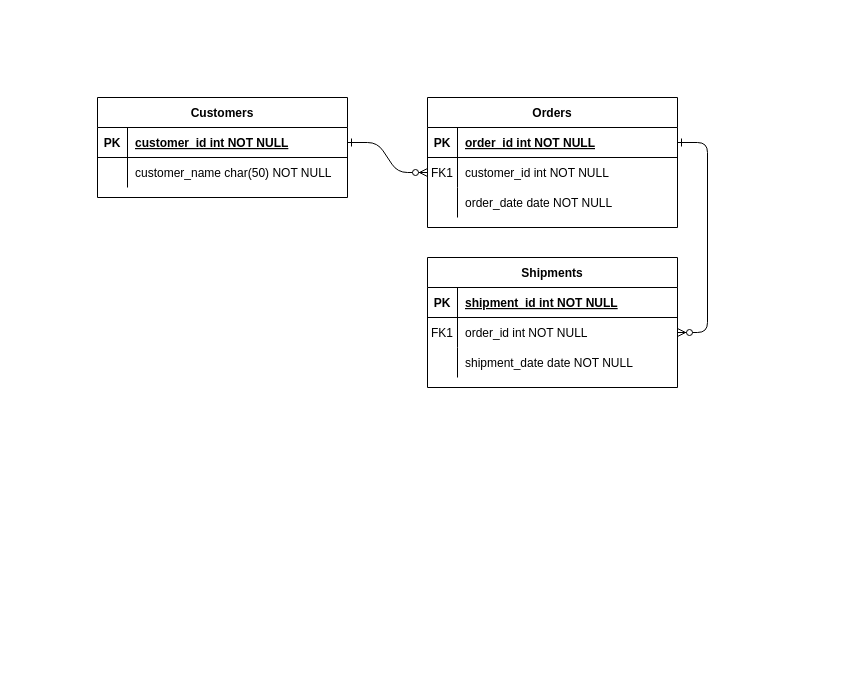
SharedAPI/SharedBackend keeps this draw.io diagram as MCD_Backend.drawio. Above is the earlier version. Source tidied: cells renumbered, new cells numbered last; positions are measured from the earlier drawing's top-left corner, leaving out a move shared by most shapes. Both pictures are drawn from the tidied source at 100%, with x=0, y=0 at pixel (97, 97).
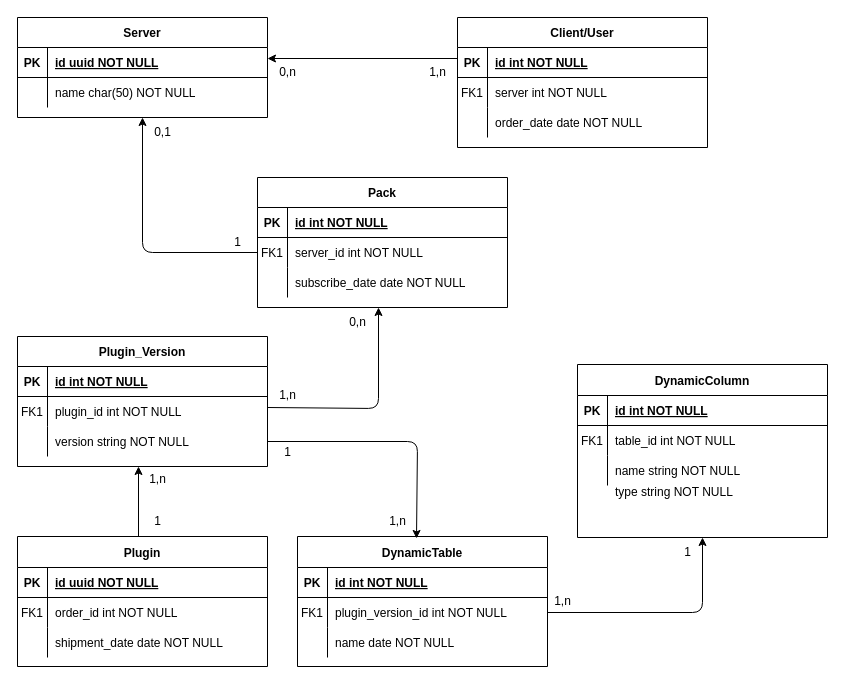
After the change.

The change refers to these unchanged cells:
```xml
<mxCell id="5" style="shape=partialRectangle;fillColor=none;points=[[0,0.5],[1,0.5]];portConstraint=eastwest;top=0;left=0;right=0;bottom=1;" parent="4" vertex="1">
  <mxGeometry y="30" width="250" height="30" as="geometry" />
</mxCell>
<mxCell id="8" style="shape=partialRectangle;fillColor=none;points=[[0,0.5],[1,0.5]];portConstraint=eastwest;top=0;left=0;right=0;bottom=0;" parent="4" vertex="1">
  <mxGeometry y="60" width="250" height="30" as="geometry" />
</mxCell>
<mxCell id="25" style="shape=partialRectangle;fillColor=none;points=[[0,0.5],[1,0.5]];portConstraint=eastwest;top=0;left=0;right=0;bottom=1;" parent="24" vertex="1">
  <mxGeometry y="30" width="250" height="30" as="geometry" />
</mxCell>
<mxCell id="28" style="shape=partialRectangle;fillColor=none;top=0;left=0;right=0;bottom=0;" parent="24" vertex="1">
  <mxGeometry y="60" width="250" height="30" as="geometry" />
</mxCell>
```

The edit, as a diff of the source:
```diff
@@
-    <mxCell id="2" style="edgeStyle=entityRelationEdgeStyle;endArrow=ERzeroToMany;startArrow=ERone;endFill=1;startFill=0;" parent="1" edge="1" source="25" target="8">
-      <mxGeometry relative="1" as="geometry" />
-    </mxCell>
-    <mxCell id="3" style="edgeStyle=entityRelationEdgeStyle;endArrow=ERzeroToMany;startArrow=ERone;endFill=1;startFill=0;" parent="1" edge="1" source="5" target="18">
-      <mxGeometry relative="1" as="geometry" />
-    </mxCell>
-    <mxCell id="4" value="Orders" style="shape=table;startSize=30;childLayout=tableLayout;rowLines=0;fontStyle=1;align=center;" parent="1" vertex="1">
-      <mxGeometry x="330" width="250" height="130" as="geometry" />
+    <mxCell id="4" value="Client/User" style="shape=table;startSize=30;childLayout=tableLayout;rowLines=0;fontStyle=1;align=center;" parent="1" vertex="1">
+      <mxGeometry x="360" y="-80" width="250" height="130" as="geometry" />
     </mxCell>
@@
-    <mxCell id="7" value="order_id int NOT NULL " style="shape=partialRectangle;overflow=hidden;fillColor=none;top=0;left=0;bottom=0;right=0;align=left;spacingLeft=6;fontStyle=5;" parent="5" vertex="1">
+    <mxCell id="7" value="id int NOT NULL " style="shape=partialRectangle;overflow=hidden;fillColor=none;top=0;left=0;bottom=0;right=0;align=left;spacingLeft=6;fontStyle=5;" parent="5" vertex="1">
       <mxGeometry x="30" width="220" height="30" as="geometry" />
     </mxCell>
@@
-    <mxCell id="10" value="customer_id int NOT NULL" style="shape=partialRectangle;overflow=hidden;fillColor=none;top=0;left=0;bottom=0;right=0;align=left;spacingLeft=6;" parent="8" vertex="1">
+    <mxCell id="10" value="server int NOT NULL" style="shape=partialRectangle;overflow=hidden;fillColor=none;top=0;left=0;bottom=0;right=0;align=left;spacingLeft=6;" parent="8" vertex="1">
       <mxGeometry x="30" width="220" height="30" as="geometry" />
     </mxCell>
@@
-    <mxCell id="14" value="Shipments" style="shape=table;startSize=30;childLayout=tableLayout;rowLines=0;fontStyle=1;align=center;" parent="1" vertex="1">
-      <mxGeometry x="330" y="160" width="250" height="130" as="geometry" />
+    <mxCell id="14" value="Plugin" style="shape=table;startSize=31;childLayout=tableLayout;rowLines=0;fontStyle=1;align=center;" parent="1" vertex="1">
+      <mxGeometry x="-80" y="439" width="250" height="130" as="geometry" />
     </mxCell>
     <mxCell id="15" style="shape=partialRectangle;fillColor=none;top=0;left=0;right=0;bottom=1;" parent="14" vertex="1">
-      <mxGeometry y="30" width="250" height="30" as="geometry" />
+      <mxGeometry y="31" width="250" height="30" as="geometry" />
     </mxCell>
@@
-    <mxCell id="17" value="shipment_id int NOT NULL " style="shape=partialRectangle;overflow=hidden;fillColor=none;top=0;left=0;bottom=0;right=0;align=left;spacingLeft=6;fontStyle=5;" parent="15" vertex="1">
+    <mxCell id="17" value="id uuid NOT NULL " style="shape=partialRectangle;overflow=hidden;fillColor=none;top=0;left=0;bottom=0;right=0;align=left;spacingLeft=6;fontStyle=5;" parent="15" vertex="1">
       <mxGeometry x="30" width="220" height="30" as="geometry" />
     </mxCell>
     <mxCell id="18" style="shape=partialRectangle;fillColor=none;points=[[0,0.5],[1,0.5]];portConstraint=eastwest;top=0;left=0;right=0;bottom=0;" parent="14" vertex="1">
-      <mxGeometry y="60" width="250" height="30" as="geometry" />
+      <mxGeometry y="61" width="250" height="30" as="geometry" />
     </mxCell>
@@
     <mxCell id="21" style="shape=partialRectangle;fillColor=none;top=0;left=0;right=0;bottom=0;" parent="14" vertex="1">
-      <mxGeometry y="90" width="250" height="30" as="geometry" />
+      <mxGeometry y="91" width="250" height="30" as="geometry" />
     </mxCell>
@@
-    <mxCell id="24" value="Customers" style="shape=table;startSize=30;childLayout=tableLayout;rowLines=0;fontStyle=1;align=center;" parent="1" vertex="1">
-      <mxGeometry width="250" height="100" as="geometry" />
+    <mxCell id="24" value="Server" style="shape=table;startSize=30;childLayout=tableLayout;rowLines=0;fontStyle=1;align=center;" parent="1" vertex="1">
+      <mxGeometry x="-80" y="-80" width="250" height="100" as="geometry" />
     </mxCell>
@@
-    <mxCell id="27" value="customer_id int NOT NULL " style="shape=partialRectangle;overflow=hidden;fillColor=none;top=0;left=0;bottom=0;right=0;align=left;spacingLeft=6;fontStyle=5;" parent="25" vertex="1">
+    <mxCell id="27" value="id uuid NOT NULL " style="shape=partialRectangle;overflow=hidden;fillColor=none;top=0;left=0;bottom=0;right=0;align=left;spacingLeft=6;fontStyle=5;" parent="25" vertex="1">
       <mxGeometry x="30" width="220" height="30" as="geometry" />
     </mxCell>
@@
-    <mxCell id="30" value="customer_name char(50) NOT NULL" style="shape=partialRectangle;overflow=hidden;fillColor=none;top=0;left=0;bottom=0;right=0;align=left;spacingLeft=6;" parent="28" vertex="1">
+    <mxCell id="30" value="name char(50) NOT NULL" style="shape=partialRectangle;overflow=hidden;fillColor=none;top=0;left=0;bottom=0;right=0;align=left;spacingLeft=6;" parent="28" vertex="1">
       <mxGeometry x="30" width="220" height="30" as="geometry" />
     </mxCell>
+    <mxCell id="31" style="edgeStyle=none;html=1;exitX=0;exitY=0.5;exitDx=0;exitDy=0;entryX=1;entryY=0.5;entryDx=0;entryDy=0;" parent="1" edge="1">
+      <mxGeometry relative="1" as="geometry">
+        <mxPoint x="360" y="-39" as="sourcePoint" />
+        <mxPoint x="170" y="-39" as="targetPoint" />
+      </mxGeometry>
+    </mxCell>
+    <mxCell id="32" style="edgeStyle=none;html=1;exitX=0.5;exitY=1;exitDx=0;exitDy=0;entryX=0.5;entryY=0;entryDx=0;entryDy=0;" parent="1" edge="1">
+      <mxGeometry relative="1" as="geometry">
+        <mxPoint x="41" y="439" as="sourcePoint" />
+        <mxPoint x="41" y="369" as="targetPoint" />
+      </mxGeometry>
+    </mxCell>
+    <mxCell id="33" value="Plugin_Version" style="shape=table;startSize=30;childLayout=tableLayout;rowLines=0;fontStyle=1;align=center;" parent="1" vertex="1">
+      <mxGeometry x="-80" y="239" width="250" height="130" as="geometry" />
+    </mxCell>
+    <mxCell id="34" style="shape=partialRectangle;fillColor=none;top=0;left=0;right=0;bottom=1;" parent="33" vertex="1">
+      <mxGeometry y="30" width="250" height="30" as="geometry" />
+    </mxCell>
+    <mxCell id="35" value="PK" style="shape=partialRectangle;overflow=hidden;fillColor=none;top=0;left=0;bottom=0;right=0;fontStyle=1;" parent="34" vertex="1">
+      <mxGeometry width="30" height="30" as="geometry" />
+    </mxCell>
+    <mxCell id="36" value="id int NOT NULL " style="shape=partialRectangle;overflow=hidden;fillColor=none;top=0;left=0;bottom=0;right=0;align=left;spacingLeft=6;fontStyle=5;" parent="34" vertex="1">
+      <mxGeometry x="30" width="220" height="30" as="geometry" />
+    </mxCell>
+    <mxCell id="37" style="shape=partialRectangle;fillColor=none;top=0;left=0;right=0;bottom=0;" parent="33" vertex="1">
+      <mxGeometry y="60" width="250" height="30" as="geometry" />
+    </mxCell>
+    <mxCell id="38" value="FK1" style="shape=partialRectangle;overflow=hidden;fillColor=none;top=0;left=0;bottom=0;right=0;" parent="37" vertex="1">
+      <mxGeometry width="30" height="30" as="geometry" />
+    </mxCell>
+    <mxCell id="39" value="plugin_id int NOT NULL" style="shape=partialRectangle;overflow=hidden;fillColor=none;top=0;left=0;bottom=0;right=0;align=left;spacingLeft=6;" parent="37" vertex="1">
+      <mxGeometry x="30" width="220" height="30" as="geometry" />
+    </mxCell>
+    <mxCell id="40" style="shape=partialRectangle;fillColor=none;points=[[0,0.5],[1,0.5]];portConstraint=eastwest;top=0;left=0;right=0;bottom=0;" parent="33" vertex="1">
+      <mxGeometry y="90" width="250" height="30" as="geometry" />
+    </mxCell>
+    <mxCell id="41" style="shape=partialRectangle;overflow=hidden;fillColor=none;top=0;left=0;bottom=0;right=0;" parent="40" vertex="1">
+      <mxGeometry width="30" height="30" as="geometry" />
+    </mxCell>
+    <mxCell id="42" value="version string NOT NULL" style="shape=partialRectangle;overflow=hidden;fillColor=none;top=0;left=0;bottom=0;right=0;align=left;spacingLeft=6;" parent="40" vertex="1">
+      <mxGeometry x="30" width="220" height="30" as="geometry" />
+    </mxCell>
+    <mxCell id="43" value="1,n" style="text;html=1;align=center;verticalAlign=middle;strokeColor=none;fillColor=none;" parent="1" vertex="1">
+      <mxGeometry x="40" y="367" width="40" height="30" as="geometry" />
+    </mxCell>
+    <mxCell id="44" value="1" style="text;html=1;align=center;verticalAlign=middle;strokeColor=none;fillColor=none;" parent="1" vertex="1">
+      <mxGeometry x="45" y="409" width="30" height="30" as="geometry" />
+    </mxCell>
+    <mxCell id="45" value="0,n" style="text;html=1;align=center;verticalAlign=middle;strokeColor=none;fillColor=none;" parent="1" vertex="1">
+      <mxGeometry x="170" y="-40" width="40" height="30" as="geometry" />
+    </mxCell>
+    <mxCell id="46" value="1,n" style="text;html=1;align=center;verticalAlign=middle;strokeColor=none;fillColor=none;" parent="1" vertex="1">
+      <mxGeometry x="320" y="-40" width="40" height="30" as="geometry" />
+    </mxCell>
+    <mxCell id="47" value="Pack" style="shape=table;startSize=30;childLayout=tableLayout;rowLines=0;fontStyle=1;align=center;" parent="1" vertex="1">
+      <mxGeometry x="160" y="80" width="250" height="130" as="geometry" />
+    </mxCell>
+    <mxCell id="48" style="shape=partialRectangle;fillColor=none;top=0;left=0;right=0;bottom=1;" parent="47" vertex="1">
+      <mxGeometry y="30" width="250" height="30" as="geometry" />
+    </mxCell>
+    <mxCell id="49" value="PK" style="shape=partialRectangle;overflow=hidden;fillColor=none;top=0;left=0;bottom=0;right=0;fontStyle=1;" parent="48" vertex="1">
+      <mxGeometry width="30" height="30" as="geometry" />
+    </mxCell>
+    <mxCell id="50" value="id int NOT NULL " style="shape=partialRectangle;overflow=hidden;fillColor=none;top=0;left=0;bottom=0;right=0;align=left;spacingLeft=6;fontStyle=5;" parent="48" vertex="1">
+      <mxGeometry x="30" width="220" height="30" as="geometry" />
+    </mxCell>
+    <mxCell id="51" style="shape=partialRectangle;fillColor=none;points=[[0,0.5],[1,0.5]];portConstraint=eastwest;top=0;left=0;right=0;bottom=0;" parent="47" vertex="1">
+      <mxGeometry y="60" width="250" height="30" as="geometry" />
+    </mxCell>
+    <mxCell id="52" value="FK1" style="shape=partialRectangle;overflow=hidden;fillColor=none;top=0;left=0;bottom=0;right=0;" parent="51" vertex="1">
+      <mxGeometry width="30" height="30" as="geometry" />
+    </mxCell>
+    <mxCell id="53" value="server_id int NOT NULL" style="shape=partialRectangle;overflow=hidden;fillColor=none;top=0;left=0;bottom=0;right=0;align=left;spacingLeft=6;" parent="51" vertex="1">
+      <mxGeometry x="30" width="220" height="30" as="geometry" />
+    </mxCell>
+    <mxCell id="54" style="shape=partialRectangle;fillColor=none;top=0;left=0;right=0;bottom=0;" parent="47" vertex="1">
+      <mxGeometry y="90" width="250" height="30" as="geometry" />
+    </mxCell>
+    <mxCell id="55" style="shape=partialRectangle;overflow=hidden;fillColor=none;top=0;left=0;bottom=0;right=0;" parent="54" vertex="1">
+      <mxGeometry width="30" height="30" as="geometry" />
+    </mxCell>
+    <mxCell id="56" value="subscribe_date date NOT NULL" style="shape=partialRectangle;overflow=hidden;fillColor=none;top=0;left=0;bottom=0;right=0;align=left;spacingLeft=6;" parent="54" vertex="1">
+      <mxGeometry x="30" width="220" height="30" as="geometry" />
+    </mxCell>
+    <mxCell id="57" style="edgeStyle=none;html=1;exitX=0;exitY=0.9;exitDx=0;exitDy=0;entryX=0.5;entryY=1;entryDx=0;entryDy=0;exitPerimeter=0;" parent="1" edge="1" source="58">
+      <mxGeometry relative="1" as="geometry">
+        <mxPoint x="281" y="210" as="targetPoint" />
+        <Array as="points">
+          <mxPoint x="281" y="311" />
+        </Array>
+      </mxGeometry>
+    </mxCell>
+    <mxCell id="58" value="1,n" style="text;html=1;align=center;verticalAlign=middle;points=[];strokeColor=none;fillColor=none;" parent="1" vertex="1">
+      <mxGeometry x="170" y="283" width="40" height="30" as="geometry" />
+    </mxCell>
+    <mxCell id="59" value="0,n" style="text;html=1;align=center;verticalAlign=middle;strokeColor=none;fillColor=none;" parent="1" vertex="1">
+      <mxGeometry x="240" y="210" width="40" height="30" as="geometry" />
+    </mxCell>
+    <mxCell id="60" style="edgeStyle=none;html=1;exitX=0;exitY=0.5;exitDx=0;exitDy=0;entryX=0.5;entryY=1;entryDx=0;entryDy=0;" parent="1" edge="1" source="51" target="24">
+      <mxGeometry relative="1" as="geometry">
+        <Array as="points">
+          <mxPoint x="45" y="155" />
+        </Array>
+      </mxGeometry>
+    </mxCell>
+    <mxCell id="61" value="1" style="text;html=1;align=center;verticalAlign=middle;strokeColor=none;fillColor=none;" parent="1" vertex="1">
+      <mxGeometry x="125" y="130" width="30" height="30" as="geometry" />
+    </mxCell>
+    <mxCell id="62" value="0,1" style="text;html=1;align=center;verticalAlign=middle;strokeColor=none;fillColor=none;" parent="1" vertex="1">
+      <mxGeometry x="45" y="20" width="40" height="30" as="geometry" />
+    </mxCell>
+    <mxCell id="63" value="DynamicTable" style="shape=table;startSize=31;childLayout=tableLayout;rowLines=0;fontStyle=1;align=center;" parent="1" vertex="1">
+      <mxGeometry x="200" y="439" width="250" height="130" as="geometry" />
+    </mxCell>
+    <mxCell id="64" style="shape=partialRectangle;fillColor=none;top=0;left=0;right=0;bottom=1;" parent="63" vertex="1">
+      <mxGeometry y="31" width="250" height="30" as="geometry" />
+    </mxCell>
+    <mxCell id="65" value="PK" style="shape=partialRectangle;overflow=hidden;fillColor=none;top=0;left=0;bottom=0;right=0;fontStyle=1;" parent="64" vertex="1">
+      <mxGeometry width="30" height="30" as="geometry" />
+    </mxCell>
+    <mxCell id="66" value="id int NOT NULL " style="shape=partialRectangle;overflow=hidden;fillColor=none;top=0;left=0;bottom=0;right=0;align=left;spacingLeft=6;fontStyle=5;" parent="64" vertex="1">
+      <mxGeometry x="30" width="220" height="30" as="geometry" />
+    </mxCell>
+    <mxCell id="67" style="shape=partialRectangle;fillColor=none;points=[[0,0.5],[1,0.5]];portConstraint=eastwest;top=0;left=0;right=0;bottom=0;" parent="63" vertex="1">
+      <mxGeometry y="61" width="250" height="30" as="geometry" />
+    </mxCell>
+    <mxCell id="68" value="FK1" style="shape=partialRectangle;overflow=hidden;fillColor=none;top=0;left=0;bottom=0;right=0;" parent="67" vertex="1">
+      <mxGeometry width="30" height="30" as="geometry" />
+    </mxCell>
+    <mxCell id="69" value="plugin_version_id int NOT NULL" style="shape=partialRectangle;overflow=hidden;fillColor=none;top=0;left=0;bottom=0;right=0;align=left;spacingLeft=6;" parent="67" vertex="1">
+      <mxGeometry x="30" width="220" height="30" as="geometry" />
+    </mxCell>
+    <mxCell id="70" style="shape=partialRectangle;fillColor=none;top=0;left=0;right=0;bottom=0;" parent="63" vertex="1">
+      <mxGeometry y="91" width="250" height="30" as="geometry" />
+    </mxCell>
+    <mxCell id="71" style="shape=partialRectangle;overflow=hidden;fillColor=none;top=0;left=0;bottom=0;right=0;" parent="70" vertex="1">
+      <mxGeometry width="30" height="30" as="geometry" />
+    </mxCell>
+    <mxCell id="72" value="name date NOT NULL" style="shape=partialRectangle;overflow=hidden;fillColor=none;top=0;left=0;bottom=0;right=0;align=left;spacingLeft=6;" parent="70" vertex="1">
+      <mxGeometry x="30" width="220" height="30" as="geometry" />
+    </mxCell>
+    <mxCell id="73" style="edgeStyle=none;html=1;exitX=1;exitY=0.5;exitDx=0;exitDy=0;entryX=0.476;entryY=0.015;entryDx=0;entryDy=0;entryPerimeter=0;" parent="1" edge="1" source="40" target="63">
+      <mxGeometry relative="1" as="geometry">
+        <Array as="points">
+          <mxPoint x="320" y="344" />
+        </Array>
+      </mxGeometry>
+    </mxCell>
+    <mxCell id="74" value="1" style="text;html=1;align=center;verticalAlign=middle;strokeColor=none;fillColor=none;" parent="1" vertex="1">
+      <mxGeometry x="175" y="340" width="30" height="30" as="geometry" />
+    </mxCell>
+    <mxCell id="75" value="1,n" style="text;html=1;align=center;verticalAlign=middle;strokeColor=none;fillColor=none;" parent="1" vertex="1">
+      <mxGeometry x="280" y="409" width="40" height="30" as="geometry" />
+    </mxCell>
+    <mxCell id="76" value="DynamicColumn" style="shape=table;startSize=31;childLayout=tableLayout;rowLines=0;fontStyle=1;align=center;" parent="1" vertex="1">
+      <mxGeometry x="480" y="267" width="250" height="173" as="geometry" />
+    </mxCell>
+    <mxCell id="77" style="shape=partialRectangle;fillColor=none;top=0;left=0;right=0;bottom=1;" parent="76" vertex="1">
+      <mxGeometry y="31" width="250" height="30" as="geometry" />
+    </mxCell>
+    <mxCell id="78" value="PK" style="shape=partialRectangle;overflow=hidden;fillColor=none;top=0;left=0;bottom=0;right=0;fontStyle=1;" parent="77" vertex="1">
+      <mxGeometry width="30" height="30" as="geometry" />
+    </mxCell>
+    <mxCell id="79" value="id int NOT NULL " style="shape=partialRectangle;overflow=hidden;fillColor=none;top=0;left=0;bottom=0;right=0;align=left;spacingLeft=6;fontStyle=5;" parent="77" vertex="1">
+      <mxGeometry x="30" width="220" height="30" as="geometry" />
+    </mxCell>
+    <mxCell id="80" style="shape=partialRectangle;fillColor=none;top=0;left=0;right=0;bottom=0;" parent="76" vertex="1">
+      <mxGeometry y="61" width="250" height="30" as="geometry" />
+    </mxCell>
+    <mxCell id="81" value="FK1" style="shape=partialRectangle;overflow=hidden;fillColor=none;top=0;left=0;bottom=0;right=0;" parent="80" vertex="1">
+      <mxGeometry width="30" height="30" as="geometry" />
+    </mxCell>
+    <mxCell id="82" value="table_id int NOT NULL" style="shape=partialRectangle;overflow=hidden;fillColor=none;top=0;left=0;bottom=0;right=0;align=left;spacingLeft=6;" parent="80" vertex="1">
+      <mxGeometry x="30" width="220" height="30" as="geometry" />
+    </mxCell>
+    <mxCell id="83" style="shape=partialRectangle;fillColor=none;top=0;left=0;right=0;bottom=0;" parent="76" vertex="1">
+      <mxGeometry y="91" width="250" height="30" as="geometry" />
+    </mxCell>
+    <mxCell id="84" style="shape=partialRectangle;overflow=hidden;fillColor=none;top=0;left=0;bottom=0;right=0;" parent="83" vertex="1">
+      <mxGeometry width="30" height="30" as="geometry" />
+    </mxCell>
+    <mxCell id="85" value="name string NOT NULL" style="shape=partialRectangle;overflow=hidden;fillColor=none;top=0;left=0;bottom=0;right=0;align=left;spacingLeft=6;" parent="83" vertex="1">
+      <mxGeometry x="30" width="220" height="30" as="geometry" />
+    </mxCell>
+    <mxCell id="86" value="type string NOT NULL" style="shape=partialRectangle;overflow=hidden;fillColor=none;top=0;left=0;bottom=0;right=0;align=left;spacingLeft=6;" parent="1" vertex="1">
+      <mxGeometry x="510" y="379" width="220" height="30" as="geometry" />
+    </mxCell>
+    <mxCell id="87" style="edgeStyle=none;html=1;exitX=1;exitY=0.5;exitDx=0;exitDy=0;entryX=0.5;entryY=1;entryDx=0;entryDy=0;" parent="1" edge="1" source="67" target="76">
+      <mxGeometry relative="1" as="geometry">
+        <Array as="points">
+          <mxPoint x="605" y="515" />
+        </Array>
+      </mxGeometry>
+    </mxCell>
+    <mxCell id="88" value="1" style="text;html=1;align=center;verticalAlign=middle;strokeColor=none;fillColor=none;" parent="1" vertex="1">
+      <mxGeometry x="575" y="440" width="30" height="30" as="geometry" />
+    </mxCell>
+    <mxCell id="89" value="1,n" style="text;html=1;align=center;verticalAlign=middle;strokeColor=none;fillColor=none;" parent="1" vertex="1">
+      <mxGeometry x="445" y="489" width="40" height="30" as="geometry" />
+    </mxCell>
```
